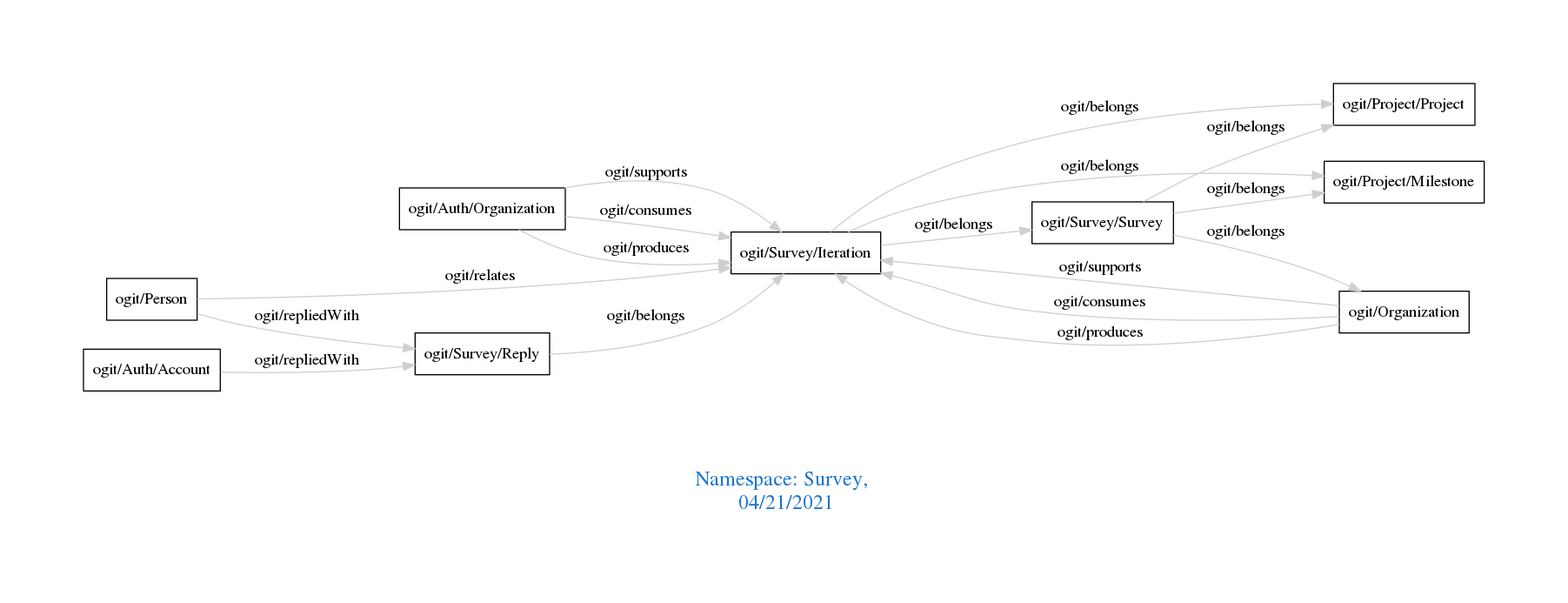
arago/OGIT keeps this Graphviz diagram as downloads/Survey.png. Above is the earlier version. Its source is kept beside it as downloads/Survey.dot.
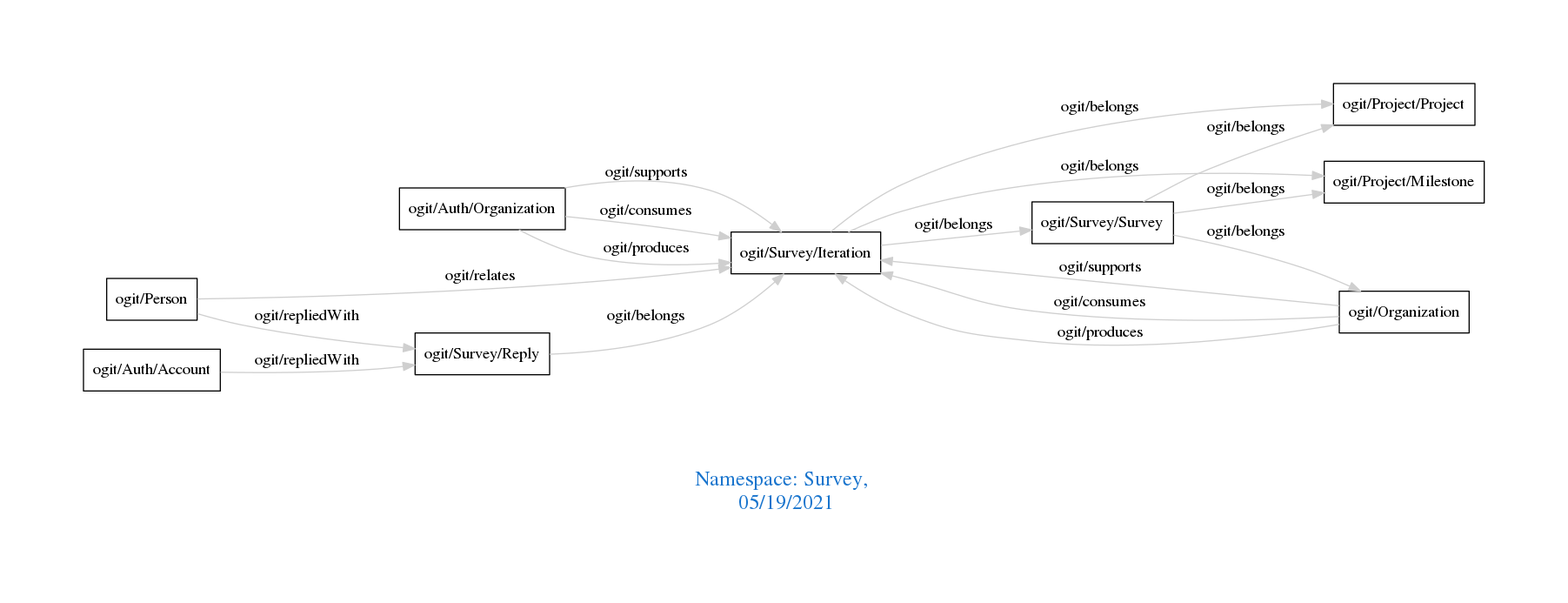
After the change.

Diff of the diagram source:
```diff
@@ -1,7 +1,7 @@
 digraph OGIT_ontology {
  graph [ rankdir= LR,pad=1
 fontsize = 18,
-fontcolor= dodgerblue3,label = "\n\n\nNamespace: Survey, \n 04/21/2021"];
+fontcolor= dodgerblue3,label = "\n\n\nNamespace: Survey, \n 05/19/2021"];
 node[shape=polygon];
 edge [  color="gray81"];
 
```
